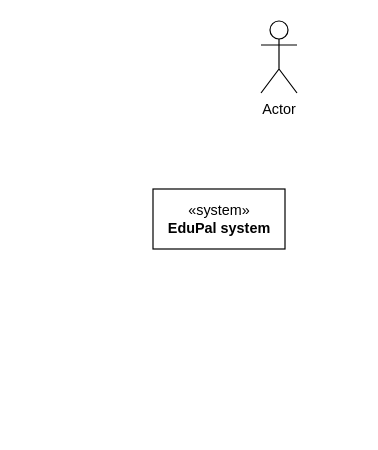
This is lab4/viewpoints/context/context.drawio from piatrashkakanstantinass/psi2, a draw.io file, before an edit. Source tidied: cells renumbered, new cells numbered last; positions are measured from the earlier drawing's top-left corner, leaving out a move shared by most shapes. Both pictures are drawn from the tidied source at 120%, with x=0, y=0 at pixel (152, 20).
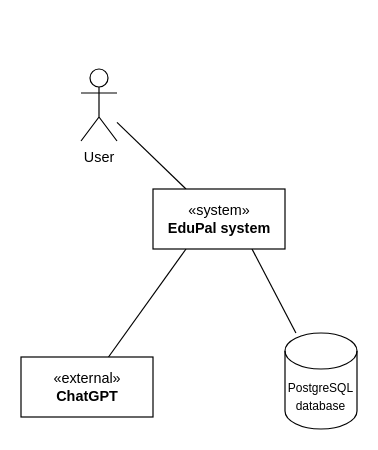
The same diagram, later.

Diff of the diagram source:
```diff
@@
 <mxGraphModel>
   <root>
     <mxCell id="0" />
     <mxCell id="1" parent="0" />
+    <mxCell id="4" style="edgeStyle=none;html=1;exitX=0.25;exitY=0;exitDx=0;exitDy=0;endArrow=none;endFill=0;" parent="1" edge="1" source="2" target="7">
+      <mxGeometry relative="1" as="geometry" />
+    </mxCell>
+    <mxCell id="5" style="edgeStyle=none;html=1;exitX=0.25;exitY=1;exitDx=0;exitDy=0;endArrow=none;endFill=0;" parent="1" edge="1" source="2" target="8">
+      <mxGeometry relative="1" as="geometry" />
+    </mxCell>
+    <mxCell id="6" style="edgeStyle=none;html=1;exitX=0.75;exitY=1;exitDx=0;exitDy=0;endArrow=none;endFill=0;" parent="1" edge="1" source="2" target="9">
+      <mxGeometry relative="1" as="geometry" />
+    </mxCell>
     <mxCell id="2" value="«system»&lt;br&gt;&lt;b&gt;EduPal system&lt;/b&gt;" style="html=1;" parent="1" vertex="1">
       <mxGeometry y="140" width="110" height="50" as="geometry" />
     </mxCell>
-    <mxCell id="3" value="Actor" style="shape=umlActor;verticalLabelPosition=bottom;verticalAlign=top;html=1;" parent="1" vertex="1">
-      <mxGeometry x="90" width="30" height="60" as="geometry" />
-    </mxCell>
+    <mxCell id="7" value="User" style="shape=umlActor;verticalLabelPosition=bottom;verticalAlign=top;html=1;" parent="1" vertex="1">
+      <mxGeometry x="-60" y="40" width="30" height="60" as="geometry" />
+    </mxCell>
+    <mxCell id="8" value="«external»&lt;br&gt;&lt;b&gt;ChatGPT&lt;/b&gt;" style="html=1;" parent="1" vertex="1">
+      <mxGeometry x="-110" y="280" width="110" height="50" as="geometry" />
+    </mxCell>
+    <mxCell id="9" value="&lt;font style=&quot;font-size: 10px;&quot;&gt;PostgreSQL&lt;br&gt;database&lt;/font&gt;" style="shape=cylinder3;whiteSpace=wrap;html=1;boundedLbl=1;backgroundOutline=1;size=15;" parent="1" vertex="1">
+      <mxGeometry x="110" y="260" width="60" height="80" as="geometry" />
+    </mxCell>
   </root>
 </mxGraphModel>
```
